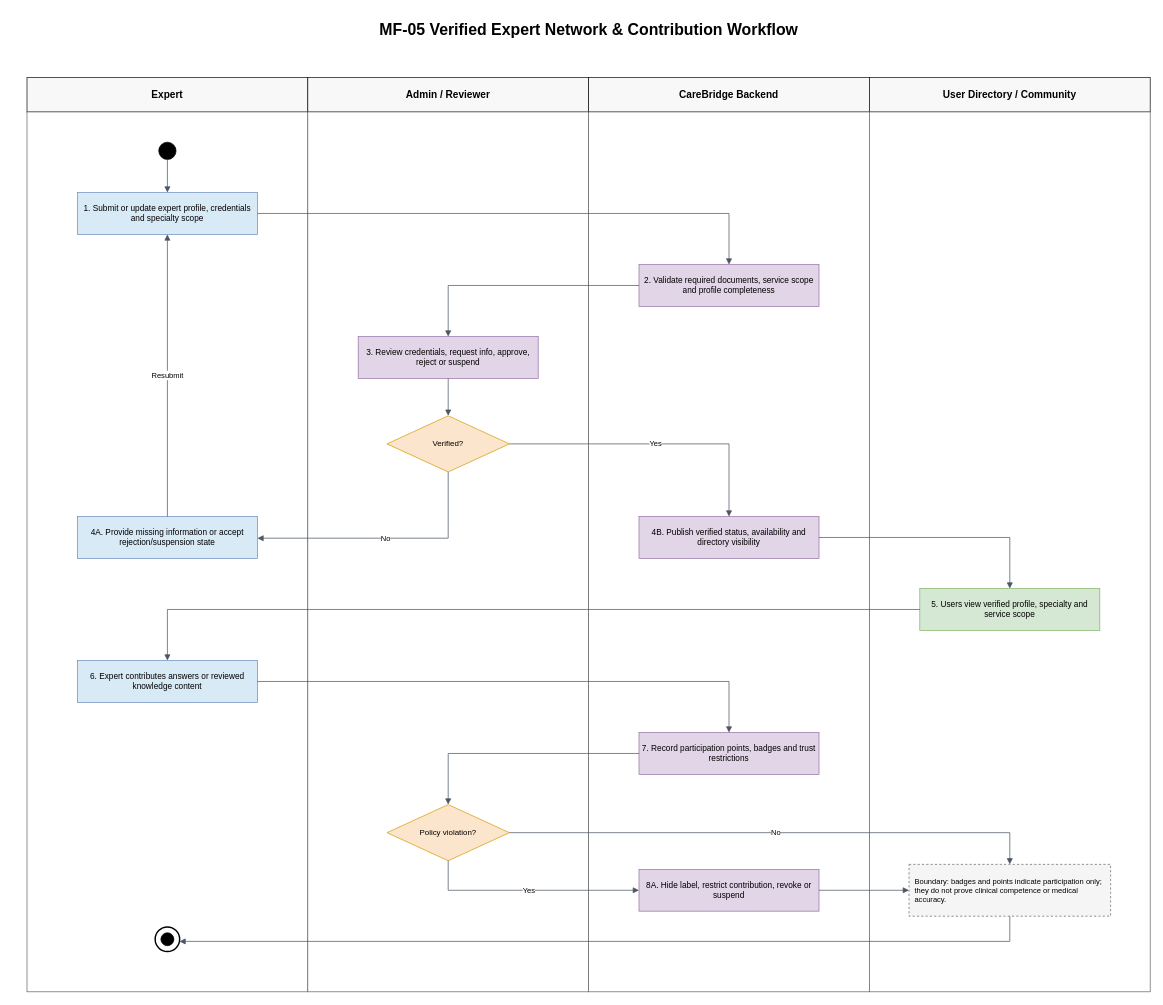
Above: page "MF-05 Verified Expert Network & Contribution Workflow" (5 of 7) of 03_Design/ActivityDiagram/CareBridge-Main-Workflows.drawio in ChuongBDHE172784/CareBridge_SEP490_G79 (draw.io), before the change. Source tidied: cells renumbered, new cells numbered last; positions are measured from the earlier drawing's top-left corner, leaving out a move shared by most shapes. Both pictures are drawn from the tidied source at 72%, with x=0, y=0 at pixel (27, 12).
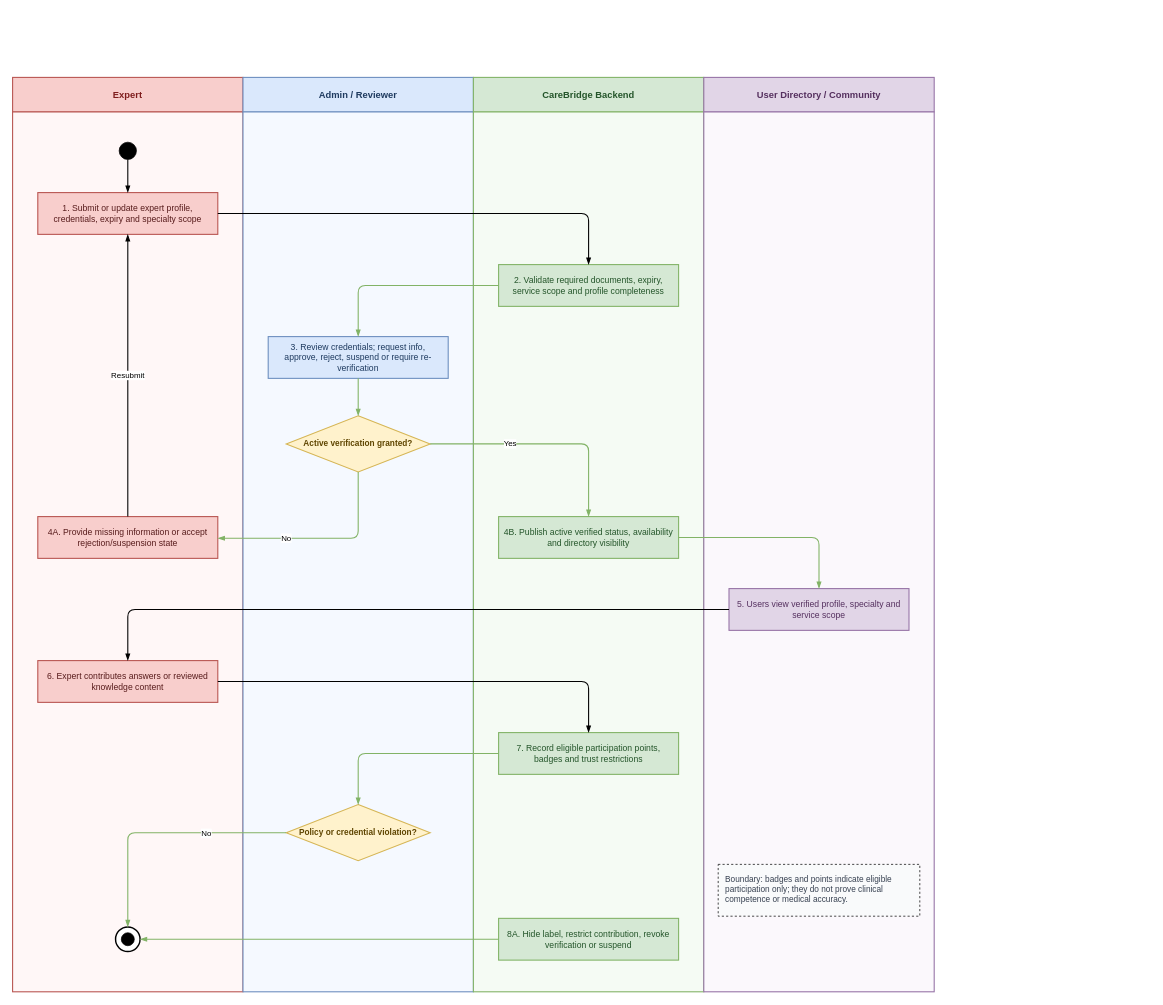
The same page after the edit.

Diff of the diagram source:
```diff
@@
-    <mxCell id="2" value="MF-05 Verified Expert Network &amp; Contribution Workflow" style="text;html=1;strokeColor=none;fillColor=none;fontFamily=Arial;fontSize=22;fontStyle=1;align=center;verticalAlign=middle;" parent="1" vertex="1">
-      <mxGeometry width="1560" height="50" as="geometry" />
-    </mxCell>
-    <mxCell id="3" value="Expert" style="rounded=0;whiteSpace=wrap;html=1;fillColor=#f8f8f8;strokeColor=#111111;strokeWidth=1;fontStyle=1;fontSize=14;fontFamily=Arial;" parent="1" vertex="1">
-      <mxGeometry y="90" width="390" height="48" as="geometry" />
+    <mxCell id="3" value="Expert" style="rounded=0;whiteSpace=wrap;html=1;fillColor=#F8CECC;strokeColor=#B85450;strokeWidth=1.5;fontStyle=1;fontSize=13;fontFamily=Arial;fontColor=#7F1D1D;align=center;verticalAlign=middle;" parent="1" vertex="1">
+      <mxGeometry x="-20" y="90" width="320" height="48" as="geometry" />
     </mxCell>
-    <mxCell id="4" style="rounded=0;whiteSpace=wrap;html=1;fillColor=#ffffff;strokeColor=#666666;strokeWidth=1;fontFamily=Arial;" parent="1" vertex="1">
-      <mxGeometry y="138" width="390" height="1222" as="geometry" />
+    <mxCell id="4" style="rounded=0;whiteSpace=wrap;html=1;fillColor=#FFF7F7;strokeColor=#B85450;strokeWidth=1.5;fontFamily=Arial;" parent="1" vertex="1">
+      <mxGeometry x="-20" y="138" width="320" height="1222" as="geometry" />
     </mxCell>
-    <mxCell id="5" value="Admin / Reviewer" style="rounded=0;whiteSpace=wrap;html=1;fillColor=#f8f8f8;strokeColor=#111111;strokeWidth=1;fontStyle=1;fontSize=14;fontFamily=Arial;" parent="1" vertex="1">
-      <mxGeometry x="390" y="90" width="390" height="48" as="geometry" />
+    <mxCell id="5" value="Admin / Reviewer" style="rounded=0;whiteSpace=wrap;html=1;fillColor=#DAE8FC;strokeColor=#6C8EBF;strokeWidth=1.5;fontStyle=1;fontSize=13;fontFamily=Arial;fontColor=#1E3A5F;align=center;verticalAlign=middle;" parent="1" vertex="1">
+      <mxGeometry x="300" y="90" width="320" height="48" as="geometry" />
     </mxCell>
-    <mxCell id="6" style="rounded=0;whiteSpace=wrap;html=1;fillColor=#ffffff;strokeColor=#666666;strokeWidth=1;fontFamily=Arial;" parent="1" vertex="1">
-      <mxGeometry x="390" y="138" width="390" height="1222" as="geometry" />
+    <mxCell id="6" style="rounded=0;whiteSpace=wrap;html=1;fillColor=#F5F9FF;strokeColor=#6C8EBF;strokeWidth=1.5;fontFamily=Arial;" parent="1" vertex="1">
+      <mxGeometry x="300" y="138" width="320" height="1222" as="geometry" />
     </mxCell>
-    <mxCell id="7" value="CareBridge Backend" style="rounded=0;whiteSpace=wrap;html=1;fillColor=#f8f8f8;strokeColor=#111111;strokeWidth=1;fontStyle=1;fontSize=14;fontFamily=Arial;" parent="1" vertex="1">
-      <mxGeometry x="780" y="90" width="390" height="48" as="geometry" />
+    <mxCell id="7" value="CareBridge Backend" style="rounded=0;whiteSpace=wrap;html=1;fillColor=#D5E8D4;strokeColor=#82B366;strokeWidth=1.5;fontStyle=1;fontSize=13;fontFamily=Arial;fontColor=#24552A;align=center;verticalAlign=middle;" parent="1" vertex="1">
+      <mxGeometry x="620" y="90" width="320" height="48" as="geometry" />
     </mxCell>
-    <mxCell id="8" style="rounded=0;whiteSpace=wrap;html=1;fillColor=#ffffff;strokeColor=#666666;strokeWidth=1;fontFamily=Arial;" parent="1" vertex="1">
-      <mxGeometry x="780" y="138" width="390" height="1222" as="geometry" />
+    <mxCell id="8" style="rounded=0;whiteSpace=wrap;html=1;fillColor=#F5FBF4;strokeColor=#82B366;strokeWidth=1.5;fontFamily=Arial;" parent="1" vertex="1">
+      <mxGeometry x="620" y="138" width="320" height="1222" as="geometry" />
     </mxCell>
-    <mxCell id="9" value="User Directory / Community" style="rounded=0;whiteSpace=wrap;html=1;fillColor=#f8f8f8;strokeColor=#111111;strokeWidth=1;fontStyle=1;fontSize=14;fontFamily=Arial;" parent="1" vertex="1">
-      <mxGeometry x="1170" y="90" width="390" height="48" as="geometry" />
+    <mxCell id="9" value="User Directory / Community" style="rounded=0;whiteSpace=wrap;html=1;fillColor=#E1D5E7;strokeColor=#9673A6;strokeWidth=1.5;fontStyle=1;fontSize=13;fontFamily=Arial;fontColor=#55305F;align=center;verticalAlign=middle;" parent="1" vertex="1">
+      <mxGeometry x="940" y="90" width="320" height="48" as="geometry" />
     </mxCell>
-    <mxCell id="10" style="rounded=0;whiteSpace=wrap;html=1;fillColor=#ffffff;strokeColor=#666666;strokeWidth=1;fontFamily=Arial;" parent="1" vertex="1">
-      <mxGeometry x="1170" y="138" width="390" height="1222" as="geometry" />
+    <mxCell id="10" style="rounded=0;whiteSpace=wrap;html=1;fillColor=#FBF8FC;strokeColor=#9673A6;strokeWidth=1.5;fontFamily=Arial;" parent="1" vertex="1">
+      <mxGeometry x="940" y="138" width="320" height="1222" as="geometry" />
     </mxCell>
     <mxCell id="11" style="ellipse;whiteSpace=wrap;html=1;fillColor=#000000;strokeColor=#000000;strokeWidth=1;fontSize=1;fontColor=#000000;" parent="1" vertex="1">
-      <mxGeometry x="183" y="180" width="24" height="24" as="geometry" />
+      <mxGeometry x="128" y="180" width="24" height="24" as="geometry" />
     </mxCell>
-    <mxCell id="12" value="1. Submit or update expert profile, credentials and specialty scope" style="rounded=0;whiteSpace=wrap;html=1;fillColor=#d9eaf7;strokeColor=#6c8ebf;fontSize=11.5;fontFamily=Arial;align=center;verticalAlign=middle;" parent="1" vertex="1">
-      <mxGeometry x="70" y="250" width="250" height="58" as="geometry" />
+    <mxCell id="12" value="1. Submit or update expert profile, credentials, expiry and specialty scope" style="rounded=0;whiteSpace=wrap;html=1;fillColor=#F8CECC;strokeColor=#B85450;strokeWidth=1.5;fontFamily=Arial;fontSize=12;fontColor=#581C1C;align=center;verticalAlign=middle;spacing=8;" parent="1" vertex="1">
+      <mxGeometry x="15" y="250" width="250" height="58" as="geometry" />
     </mxCell>
-    <mxCell id="13" value="2. Validate required documents, service scope and profile completeness" style="rounded=0;whiteSpace=wrap;html=1;fillColor=#e1d5e7;strokeColor=#9673a6;fontSize=11.5;fontFamily=Arial;align=center;verticalAlign=middle;" parent="1" vertex="1">
-      <mxGeometry x="850" y="350" width="250" height="58" as="geometry" />
+    <mxCell id="13" value="2. Validate required documents, expiry, service scope and profile completeness" style="rounded=0;whiteSpace=wrap;html=1;fillColor=#D5E8D4;strokeColor=#82B366;strokeWidth=1.5;fontFamily=Arial;fontSize=12;fontColor=#24552A;align=center;verticalAlign=middle;spacing=8;" parent="1" vertex="1">
+      <mxGeometry x="655" y="350" width="250" height="58" as="geometry" />
     </mxCell>
-    <mxCell id="14" value="3. Review credentials, request info, approve, reject or suspend" style="rounded=0;whiteSpace=wrap;html=1;fillColor=#e1d5e7;strokeColor=#9673a6;fontSize=11.5;fontFamily=Arial;align=center;verticalAlign=middle;" parent="1" vertex="1">
-      <mxGeometry x="460" y="450" width="250" height="58" as="geometry" />
+    <mxCell id="14" value="3. Review credentials; request info, approve, reject, suspend or require re-verification" style="rounded=0;whiteSpace=wrap;html=1;fillColor=#DAE8FC;strokeColor=#6C8EBF;strokeWidth=1.5;fontFamily=Arial;fontSize=12;fontColor=#1E3A5F;align=center;verticalAlign=middle;spacing=8;" parent="1" vertex="1">
+      <mxGeometry x="335" y="450" width="250" height="58" as="geometry" />
     </mxCell>
-    <mxCell id="15" value="Verified?" style="rhombus;whiteSpace=wrap;html=1;fillColor=#fce5cd;strokeColor=#d79b00;fontSize=11;fontFamily=Arial;align=center;verticalAlign=middle;" parent="1" vertex="1">
-      <mxGeometry x="500" y="560" width="170" height="78" as="geometry" />
+    <mxCell id="15" value="Active verification granted?" style="rhombus;whiteSpace=wrap;html=1;fillColor=#FFF2CC;strokeColor=#D6B656;strokeWidth=1.5;fontFamily=Arial;fontSize=11.5;fontStyle=1;fontColor=#5F4500;align=center;verticalAlign=middle;" parent="1" vertex="1">
+      <mxGeometry x="360" y="560" width="200" height="78" as="geometry" />
     </mxCell>
-    <mxCell id="16" value="4A. Provide missing information or accept rejection/suspension state" style="rounded=0;whiteSpace=wrap;html=1;fillColor=#d9eaf7;strokeColor=#6c8ebf;fontSize=11.5;fontFamily=Arial;align=center;verticalAlign=middle;" parent="1" vertex="1">
-      <mxGeometry x="70" y="700" width="250" height="58" as="geometry" />
+    <mxCell id="16" value="4A. Provide missing information or accept rejection/suspension state" style="rounded=0;whiteSpace=wrap;html=1;fillColor=#F8CECC;strokeColor=#B85450;strokeWidth=1.5;fontFamily=Arial;fontSize=12;fontColor=#581C1C;align=center;verticalAlign=middle;spacing=8;" parent="1" vertex="1">
+      <mxGeometry x="15" y="700" width="250" height="58" as="geometry" />
     </mxCell>
-    <mxCell id="17" value="4B. Publish verified status, availability and directory visibility" style="rounded=0;whiteSpace=wrap;html=1;fillColor=#e1d5e7;strokeColor=#9673a6;fontSize=11.5;fontFamily=Arial;align=center;verticalAlign=middle;" parent="1" vertex="1">
-      <mxGeometry x="850" y="700" width="250" height="58" as="geometry" />
+    <mxCell id="17" value="4B. Publish active verified status, availability and directory visibility" style="rounded=0;whiteSpace=wrap;html=1;fillColor=#D5E8D4;strokeColor=#82B366;strokeWidth=1.5;fontFamily=Arial;fontSize=12;fontColor=#24552A;align=center;verticalAlign=middle;spacing=8;" parent="1" vertex="1">
+      <mxGeometry x="655" y="700" width="250" height="58" as="geometry" />
     </mxCell>
-    <mxCell id="18" value="5. Users view verified profile, specialty and service scope" style="rounded=0;whiteSpace=wrap;html=1;fillColor=#d5e8d4;strokeColor=#82b366;fontSize=11.5;fontFamily=Arial;align=center;verticalAlign=middle;" parent="1" vertex="1">
-      <mxGeometry x="1240" y="800" width="250" height="58" as="geometry" />
+    <mxCell id="18" value="5. Users view verified profile, specialty and service scope" style="rounded=0;whiteSpace=wrap;html=1;fillColor=#E1D5E7;strokeColor=#9673A6;strokeWidth=1.5;fontFamily=Arial;fontSize=12;fontColor=#55305F;align=center;verticalAlign=middle;spacing=8;" parent="1" vertex="1">
+      <mxGeometry x="975" y="800" width="250" height="58" as="geometry" />
     </mxCell>
-    <mxCell id="19" value="6. Expert contributes answers or reviewed knowledge content" style="rounded=0;whiteSpace=wrap;html=1;fillColor=#d9eaf7;strokeColor=#6c8ebf;fontSize=11.5;fontFamily=Arial;align=center;verticalAlign=middle;" parent="1" vertex="1">
-      <mxGeometry x="70" y="900" width="250" height="58" as="geometry" />
+    <mxCell id="19" value="6. Expert contributes answers or reviewed knowledge content" style="rounded=0;whiteSpace=wrap;html=1;fillColor=#F8CECC;strokeColor=#B85450;strokeWidth=1.5;fontFamily=Arial;fontSize=12;fontColor=#581C1C;align=center;verticalAlign=middle;spacing=8;" parent="1" vertex="1">
+      <mxGeometry x="15" y="900" width="250" height="58" as="geometry" />
     </mxCell>
-    <mxCell id="20" value="7. Record participation points, badges and trust restrictions" style="rounded=0;whiteSpace=wrap;html=1;fillColor=#e1d5e7;strokeColor=#9673a6;fontSize=11.5;fontFamily=Arial;align=center;verticalAlign=middle;" parent="1" vertex="1">
-      <mxGeometry x="850" y="1000" width="250" height="58" as="geometry" />
+    <mxCell id="20" value="7. Record eligible participation points, badges and trust restrictions" style="rounded=0;whiteSpace=wrap;html=1;fillColor=#D5E8D4;strokeColor=#82B366;strokeWidth=1.5;fontFamily=Arial;fontSize=12;fontColor=#24552A;align=center;verticalAlign=middle;spacing=8;" parent="1" vertex="1">
+      <mxGeometry x="655" y="1000" width="250" height="58" as="geometry" />
     </mxCell>
-    <mxCell id="21" value="Policy violation?" style="rhombus;whiteSpace=wrap;html=1;fillColor=#fce5cd;strokeColor=#d79b00;fontSize=11;fontFamily=Arial;align=center;verticalAlign=middle;" parent="1" vertex="1">
-      <mxGeometry x="500" y="1100" width="170" height="78" as="geometry" />
+    <mxCell id="21" value="Policy or credential violation?" style="rhombus;whiteSpace=wrap;html=1;fillColor=#FFF2CC;strokeColor=#D6B656;strokeWidth=1.5;fontFamily=Arial;fontSize=11.5;fontStyle=1;fontColor=#5F4500;align=center;verticalAlign=middle;" parent="1" vertex="1">
+      <mxGeometry x="360" y="1100" width="200" height="78" as="geometry" />
     </mxCell>
-    <mxCell id="22" value="8A. Hide label, restrict contribution, revoke or suspend" style="rounded=0;whiteSpace=wrap;html=1;fillColor=#e1d5e7;strokeColor=#9673a6;fontSize=11.5;fontFamily=Arial;align=center;verticalAlign=middle;" parent="1" vertex="1">
-      <mxGeometry x="850" y="1190" width="250" height="58" as="geometry" />
+    <mxCell id="22" value="8A. Hide label, restrict contribution, revoke verification or suspend" style="rounded=0;whiteSpace=wrap;html=1;fillColor=#D5E8D4;strokeColor=#82B366;strokeWidth=1.5;fontFamily=Arial;fontSize=12;fontColor=#24552A;align=center;verticalAlign=middle;spacing=8;" parent="1" vertex="1">
+      <mxGeometry x="655" y="1258" width="250" height="58" as="geometry" />
     </mxCell>
-    <mxCell id="23" value="Boundary: badges and points indicate participation only; they do not prove clinical competence or medical accuracy." style="rounded=0;whiteSpace=wrap;html=1;fillColor=#f5f5f5;strokeColor=#666666;dashed=1;fontSize=10.5;fontFamily=Arial;align=left;spacing=8;" parent="1" vertex="1">
-      <mxGeometry x="1225" y="1183" width="280" height="72" as="geometry" />
+    <mxCell id="23" value="Boundary: badges and points indicate eligible participation only; they do not prove clinical competence or medical accuracy." style="rounded=0;whiteSpace=wrap;html=1;fillColor=#F9FAFB;strokeColor=#000000;dashed=1;fontFamily=Arial;fontSize=11.5;fontColor=#374151;align=left;verticalAlign=top;spacing=10;" parent="1" vertex="1">
+      <mxGeometry x="960" y="1183" width="280" height="72" as="geometry" />
     </mxCell>
     <mxCell id="24" style="ellipse;whiteSpace=wrap;html=1;fillColor=#ffffff;strokeColor=#000000;strokeWidth=2;fontSize=1;fontColor=#ffffff;" parent="1" vertex="1">
-      <mxGeometry x="178" y="1270" width="34" height="34" as="geometry" />
+      <mxGeometry x="123" y="1270" width="34" height="34" as="geometry" />
     </mxCell>
     <mxCell id="25" style="ellipse;whiteSpace=wrap;html=1;fillColor=#000000;strokeColor=#000000;strokeWidth=1;fontSize=1;fontColor=#000000;" parent="1" vertex="1">
-      <mxGeometry x="186" y="1278" width="18" height="18" as="geometry" />
+      <mxGeometry x="131" y="1278" width="18" height="18" as="geometry" />
     </mxCell>
-    <mxCell id="26" style="edgeStyle=orthogonalEdgeStyle;rounded=0;jettySize=auto;html=1;endArrow=block;endFill=1;fontFamily=Arial;fontSize=10.5;strokeColor=#4B5563;" parent="1" edge="1" source="11" target="12">
+    <mxCell id="26" style="edgeStyle=orthogonalEdgeStyle;rounded=1;jettySize=auto;html=1;endArrow=blockThin;endFill=1;strokeWidth=1.5;fontFamily=Arial;fontSize=11;labelBackgroundColor=#FFFFFF;strokeColor=#000000;" parent="1" edge="1" source="11" target="12">
       <mxGeometry relative="1" as="geometry" />
     </mxCell>
-    <mxCell id="27" style="edgeStyle=orthogonalEdgeStyle;rounded=0;jettySize=auto;html=1;endArrow=block;endFill=1;fontFamily=Arial;fontSize=10.5;strokeColor=#4B5563;" parent="1" edge="1" source="12" target="13">
+    <mxCell id="27" style="edgeStyle=orthogonalEdgeStyle;rounded=1;jettySize=auto;html=1;endArrow=blockThin;endFill=1;strokeWidth=1.5;fontFamily=Arial;fontSize=11;labelBackgroundColor=#FFFFFF;strokeColor=#000000;" parent="1" edge="1" source="12" target="13">
       <mxGeometry relative="1" as="geometry" />
     </mxCell>
-    <mxCell id="28" style="edgeStyle=orthogonalEdgeStyle;rounded=0;jettySize=auto;html=1;endArrow=block;endFill=1;fontFamily=Arial;fontSize=10.5;strokeColor=#4B5563;" parent="1" edge="1" source="13" target="14">
+    <mxCell id="28" style="edgeStyle=orthogonalEdgeStyle;rounded=1;jettySize=auto;html=1;endArrow=blockThin;endFill=1;strokeWidth=1.5;fontFamily=Arial;fontSize=11;labelBackgroundColor=#FFFFFF;strokeColor=#82B366;" parent="1" edge="1" source="13" target="14">
       <mxGeometry relative="1" as="geometry" />
     </mxCell>
-    <mxCell id="29" style="edgeStyle=orthogonalEdgeStyle;rounded=0;jettySize=auto;html=1;endArrow=block;endFill=1;fontFamily=Arial;fontSize=10.5;strokeColor=#4B5563;" parent="1" edge="1" source="14" target="15">
+    <mxCell id="29" style="edgeStyle=orthogonalEdgeStyle;rounded=1;jettySize=auto;html=1;endArrow=blockThin;endFill=1;strokeWidth=1.5;fontFamily=Arial;fontSize=11;labelBackgroundColor=#FFFFFF;strokeColor=#82B366;" parent="1" edge="1" source="14" target="15">
       <mxGeometry relative="1" as="geometry" />
     </mxCell>
-    <mxCell id="30" value="No" style="edgeStyle=orthogonalEdgeStyle;rounded=0;jettySize=auto;html=1;endArrow=block;endFill=1;fontFamily=Arial;fontSize=10.5;strokeColor=#4B5563;" parent="1" edge="1" source="15" target="16">
-      <mxGeometry relative="1" as="geometry">
+    <mxCell id="30" value="No" style="edgeStyle=orthogonalEdgeStyle;rounded=1;jettySize=auto;html=1;endArrow=blockThin;endFill=1;strokeWidth=1.5;fontFamily=Arial;fontSize=11;labelBackgroundColor=#FFFFFF;strokeColor=#82B366;" parent="1" edge="1" source="15" target="16">
+      <mxGeometry x="0.34" relative="1" as="geometry">
         <Array as="points">
-          <mxPoint x="585" y="730" />
+          <mxPoint x="460" y="730" />
         </Array>
       </mxGeometry>
     </mxCell>
-    <mxCell id="31" value="Resubmit" style="edgeStyle=orthogonalEdgeStyle;rounded=0;jettySize=auto;html=1;endArrow=block;endFill=1;fontFamily=Arial;fontSize=10.5;strokeColor=#4B5563;" parent="1" edge="1" source="16" target="12">
+    <mxCell id="31" value="Resubmit" style="edgeStyle=orthogonalEdgeStyle;rounded=1;jettySize=auto;html=1;endArrow=blockThin;endFill=1;strokeWidth=1.5;fontFamily=Arial;fontSize=11;labelBackgroundColor=#FFFFFF;strokeColor=default;" parent="1" edge="1" source="16" target="12">
       <mxGeometry relative="1" as="geometry" />
     </mxCell>
-    <mxCell id="32" value="Yes" style="edgeStyle=orthogonalEdgeStyle;rounded=0;jettySize=auto;html=1;endArrow=block;endFill=1;fontFamily=Arial;fontSize=10.5;strokeColor=#4B5563;" parent="1" edge="1" source="15" target="17">
-      <mxGeometry relative="1" as="geometry" />
+    <mxCell id="32" value="Yes" style="edgeStyle=orthogonalEdgeStyle;rounded=1;jettySize=auto;html=1;endArrow=blockThin;endFill=1;strokeWidth=1.5;fontFamily=Arial;fontSize=11;labelBackgroundColor=#FFFFFF;strokeColor=#82B366;" parent="1" edge="1" source="15" target="17">
+      <mxGeometry x="-0.31" relative="1" as="geometry" />
     </mxCell>
-    <mxCell id="33" style="edgeStyle=orthogonalEdgeStyle;rounded=0;jettySize=auto;html=1;endArrow=block;endFill=1;fontFamily=Arial;fontSize=10.5;strokeColor=#4B5563;" parent="1" edge="1" source="17" target="18">
+    <mxCell id="33" style="edgeStyle=orthogonalEdgeStyle;rounded=1;jettySize=auto;html=1;endArrow=blockThin;endFill=1;strokeWidth=1.5;fontFamily=Arial;fontSize=11;labelBackgroundColor=#FFFFFF;strokeColor=#82B366;" parent="1" edge="1" source="17" target="18">
       <mxGeometry relative="1" as="geometry" />
     </mxCell>
-    <mxCell id="34" style="edgeStyle=orthogonalEdgeStyle;rounded=0;jettySize=auto;html=1;endArrow=block;endFill=1;fontFamily=Arial;fontSize=10.5;strokeColor=#4B5563;" parent="1" edge="1" source="18" target="19">
+    <mxCell id="34" style="edgeStyle=orthogonalEdgeStyle;rounded=1;jettySize=auto;html=1;endArrow=blockThin;endFill=1;strokeWidth=1.5;fontFamily=Arial;fontSize=11;labelBackgroundColor=#FFFFFF;strokeColor=#000000;" parent="1" edge="1" source="18" target="19">
       <mxGeometry relative="1" as="geometry" />
     </mxCell>
-    <mxCell id="35" style="edgeStyle=orthogonalEdgeStyle;rounded=0;jettySize=auto;html=1;endArrow=block;endFill=1;fontFamily=Arial;fontSize=10.5;strokeColor=#4B5563;" parent="1" edge="1" source="19" target="20">
+    <mxCell id="35" style="edgeStyle=orthogonalEdgeStyle;rounded=1;jettySize=auto;html=1;endArrow=blockThin;endFill=1;strokeWidth=1.5;fontFamily=Arial;fontSize=11;labelBackgroundColor=#FFFFFF;strokeColor=#000000;" parent="1" edge="1" source="19" target="20">
       <mxGeometry relative="1" as="geometry" />
     </mxCell>
-    <mxCell id="36" style="edgeStyle=orthogonalEdgeStyle;rounded=0;jettySize=auto;html=1;endArrow=block;endFill=1;fontFamily=Arial;fontSize=10.5;strokeColor=#4B5563;" parent="1" edge="1" source="20" target="21">
+    <mxCell id="36" style="edgeStyle=orthogonalEdgeStyle;rounded=1;jettySize=auto;html=1;endArrow=blockThin;endFill=1;strokeWidth=1.5;fontFamily=Arial;fontSize=11;labelBackgroundColor=#FFFFFF;strokeColor=#82B366;" parent="1" edge="1" source="20" target="21">
       <mxGeometry relative="1" as="geometry" />
     </mxCell>
-    <mxCell id="37" value="Yes" style="edgeStyle=orthogonalEdgeStyle;rounded=0;jettySize=auto;html=1;endArrow=block;endFill=1;fontFamily=Arial;fontSize=10.5;strokeColor=#4B5563;" parent="1" edge="1" source="21" target="22">
-      <mxGeometry relative="1" as="geometry">
-        <Array as="points">
-          <mxPoint x="585" y="1219" />
-        </Array>
-      </mxGeometry>
-    </mxCell>
-    <mxCell id="38" value="No" style="edgeStyle=orthogonalEdgeStyle;rounded=0;jettySize=auto;html=1;endArrow=block;endFill=1;fontFamily=Arial;fontSize=10.5;strokeColor=#4B5563;" parent="1" edge="1" source="21" target="23">
-      <mxGeometry relative="1" as="geometry" />
+    <mxCell id="38" value="No" style="edgeStyle=orthogonalEdgeStyle;rounded=1;jettySize=auto;html=1;endArrow=blockThin;endFill=1;strokeWidth=1.5;fontFamily=Arial;fontSize=11;labelBackgroundColor=#FFFFFF;strokeColor=#82B366;" parent="1" edge="1" source="21" target="24">
+      <mxGeometry x="-0.37" y="1" relative="1" as="geometry" />
     </mxCell>
-    <mxCell id="39" style="edgeStyle=orthogonalEdgeStyle;rounded=0;jettySize=auto;html=1;endArrow=block;endFill=1;fontFamily=Arial;fontSize=10.5;strokeColor=#4B5563;" parent="1" edge="1" source="22" target="23">
+    <mxCell id="39" style="edgeStyle=orthogonalEdgeStyle;rounded=1;jettySize=auto;html=1;endArrow=blockThin;endFill=1;strokeWidth=1.5;fontFamily=Arial;fontSize=11;labelBackgroundColor=#FFFFFF;strokeColor=#82B366;" parent="1" edge="1" source="22" target="24">
       <mxGeometry relative="1" as="geometry" />
     </mxCell>
-    <mxCell id="40" style="edgeStyle=orthogonalEdgeStyle;rounded=0;jettySize=auto;html=1;endArrow=block;endFill=1;fontFamily=Arial;fontSize=10.5;strokeColor=#4B5563;" parent="1" edge="1" source="23" target="24">
-      <mxGeometry relative="1" as="geometry">
-        <Array as="points">
-          <mxPoint x="1365" y="1290" />
-          <mxPoint x="195" y="1290" />
-        </Array>
-      </mxGeometry>
-    </mxCell>
```
